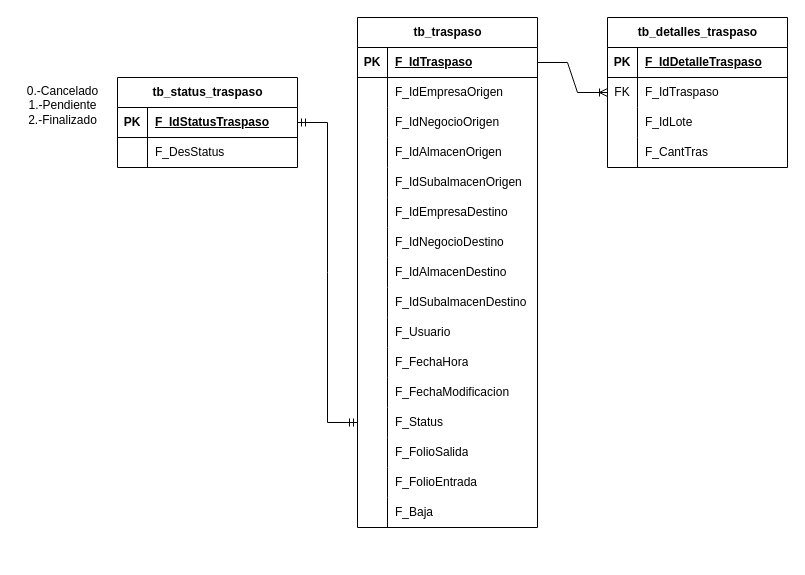
This is TablaTraspasos.drawio from ErnestoDanielTafoyaMolinaCYM/clases-cat-cym, a draw.io file, before an edit. Source tidied: cells renumbered, new cells numbered last; positions are measured from the earlier drawing's top-left corner, leaving out a move shared by most shapes. Both pictures are drawn from the tidied source at 100%, with x=0, y=0 at pixel (17, 17).
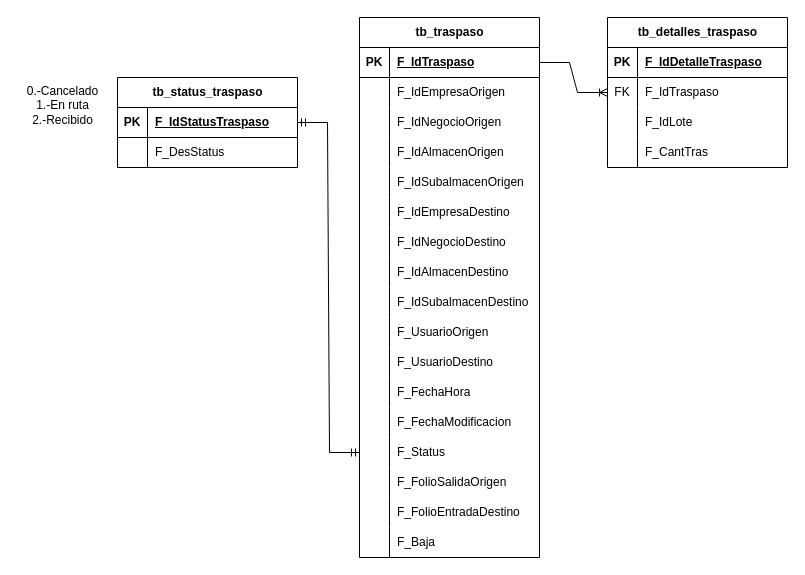
The same diagram, later.

Unchanged cells that the change refers to:
```xml
<mxCell id="30" style="shape=tableRow;horizontal=0;startSize=0;swimlaneHead=0;swimlaneBody=0;fillColor=none;top=0;left=0;right=0;bottom=0;" parent="2" vertex="1">
  <mxGeometry y="300" width="180" height="30" as="geometry" />
</mxCell>
```

What changed in the source:
```diff
@@
     <mxCell id="2" value="tb_traspaso" style="shape=table;startSize=30;childLayout=tableLayout;rowLines=0;fontStyle=1;align=center;html=1;" parent="1" vertex="1">
-      <mxGeometry x="340" width="180" height="510" as="geometry" />
+      <mxGeometry x="342" width="180" height="540" as="geometry" />
     </mxCell>
@@
-    <mxCell id="32" value="F_Usuario" style="shape=partialRectangle;fillColor=none;top=0;left=0;bottom=0;right=0;align=left;spacingLeft=6;overflow=hidden;whiteSpace=wrap;html=1;" parent="30" vertex="1">
+    <mxCell id="32" value="F_UsuarioOrigen" style="shape=partialRectangle;fillColor=none;top=0;left=0;bottom=0;right=0;align=left;spacingLeft=6;overflow=hidden;whiteSpace=wrap;html=1;" parent="30" vertex="1">
       <mxGeometry x="30" width="150" height="30" as="geometry" />
     </mxCell>
+    <mxCell id="74" style="shape=tableRow;horizontal=0;startSize=0;swimlaneHead=0;swimlaneBody=0;fillColor=none;top=0;left=0;right=0;bottom=0;" parent="2" vertex="1">
+      <mxGeometry y="330" width="180" height="30" as="geometry" />
+    </mxCell>
+    <mxCell id="75" style="shape=partialRectangle;fillColor=none;top=0;left=0;bottom=0;right=0;overflow=hidden;whiteSpace=wrap;html=1;" parent="74" vertex="1">
+      <mxGeometry width="30" height="30" as="geometry" />
+    </mxCell>
+    <mxCell id="76" value="F_UsuarioDestino" style="shape=partialRectangle;fillColor=none;top=0;left=0;bottom=0;right=0;align=left;spacingLeft=6;overflow=hidden;whiteSpace=wrap;html=1;" parent="74" vertex="1">
+      <mxGeometry x="30" width="150" height="30" as="geometry" />
+    </mxCell>
     <mxCell id="33" style="shape=tableRow;horizontal=0;startSize=0;swimlaneHead=0;swimlaneBody=0;fillColor=none;top=0;left=0;right=0;bottom=0;" parent="2" vertex="1">
-      <mxGeometry y="330" width="180" height="30" as="geometry" />
+      <mxGeometry y="360" width="180" height="30" as="geometry" />
     </mxCell>
@@
     <mxCell id="36" style="shape=tableRow;horizontal=0;startSize=0;swimlaneHead=0;swimlaneBody=0;fillColor=none;top=0;left=0;right=0;bottom=0;" parent="2" vertex="1">
-      <mxGeometry y="360" width="180" height="30" as="geometry" />
+      <mxGeometry y="390" width="180" height="30" as="geometry" />
     </mxCell>
@@
     <mxCell id="39" style="shape=tableRow;horizontal=0;startSize=0;swimlaneHead=0;swimlaneBody=0;fillColor=none;points=[[0,0.5],[1,0.5]];portConstraint=eastwest;top=0;left=0;right=0;bottom=0;" parent="2" vertex="1">
-      <mxGeometry y="390" width="180" height="30" as="geometry" />
+      <mxGeometry y="420" width="180" height="30" as="geometry" />
     </mxCell>
@@
     <mxCell id="42" style="shape=tableRow;horizontal=0;startSize=0;swimlaneHead=0;swimlaneBody=0;fillColor=none;top=0;left=0;right=0;bottom=0;" parent="2" vertex="1">
-      <mxGeometry y="420" width="180" height="30" as="geometry" />
+      <mxGeometry y="450" width="180" height="30" as="geometry" />
     </mxCell>
@@
-    <mxCell id="44" value="F_FolioSalida" style="shape=partialRectangle;fillColor=none;top=0;left=0;bottom=0;right=0;align=left;spacingLeft=6;overflow=hidden;whiteSpace=wrap;html=1;" parent="42" vertex="1">
+    <mxCell id="44" value="F_FolioSalidaOrigen" style="shape=partialRectangle;fillColor=none;top=0;left=0;bottom=0;right=0;align=left;spacingLeft=6;overflow=hidden;whiteSpace=wrap;html=1;" parent="42" vertex="1">
       <mxGeometry x="30" width="150" height="30" as="geometry" />
     </mxCell>
     <mxCell id="45" style="shape=tableRow;horizontal=0;startSize=0;swimlaneHead=0;swimlaneBody=0;fillColor=none;top=0;left=0;right=0;bottom=0;" parent="2" vertex="1">
-      <mxGeometry y="450" width="180" height="30" as="geometry" />
+      <mxGeometry y="480" width="180" height="30" as="geometry" />
     </mxCell>
@@
-    <mxCell id="47" value="F_FolioEntrada" style="shape=partialRectangle;fillColor=none;top=0;left=0;bottom=0;right=0;align=left;spacingLeft=6;overflow=hidden;whiteSpace=wrap;html=1;" parent="45" vertex="1">
+    <mxCell id="47" value="F_FolioEntradaDestino" style="shape=partialRectangle;fillColor=none;top=0;left=0;bottom=0;right=0;align=left;spacingLeft=6;overflow=hidden;whiteSpace=wrap;html=1;" parent="45" vertex="1">
       <mxGeometry x="30" width="150" height="30" as="geometry" />
     </mxCell>
     <mxCell id="48" style="shape=tableRow;horizontal=0;startSize=0;swimlaneHead=0;swimlaneBody=0;fillColor=none;top=0;left=0;right=0;bottom=0;" parent="2" vertex="1">
-      <mxGeometry y="480" width="180" height="30" as="geometry" />
+      <mxGeometry y="510" width="180" height="30" as="geometry" />
     </mxCell>
@@
-    <mxCell id="73" value="0.-Cancelado&lt;div&gt;1.-Pendiente&lt;/div&gt;&lt;div&gt;2.-Finalizado&lt;/div&gt;&lt;div&gt;&lt;br&gt;&lt;/div&gt;" style="text;html=1;align=center;verticalAlign=middle;strokeColor=none;fillColor=none;" parent="1" vertex="1">
+    <mxCell id="73" value="0.-Cancelado&lt;div&gt;1.-En ruta&lt;/div&gt;&lt;div&gt;2.-Recibido&lt;/div&gt;&lt;div&gt;&lt;br&gt;&lt;/div&gt;" style="text;html=1;align=center;verticalAlign=middle;strokeColor=none;fillColor=none;" parent="1" vertex="1">
       <mxGeometry y="60" width="90" height="70" as="geometry" />
     </mxCell>
```
